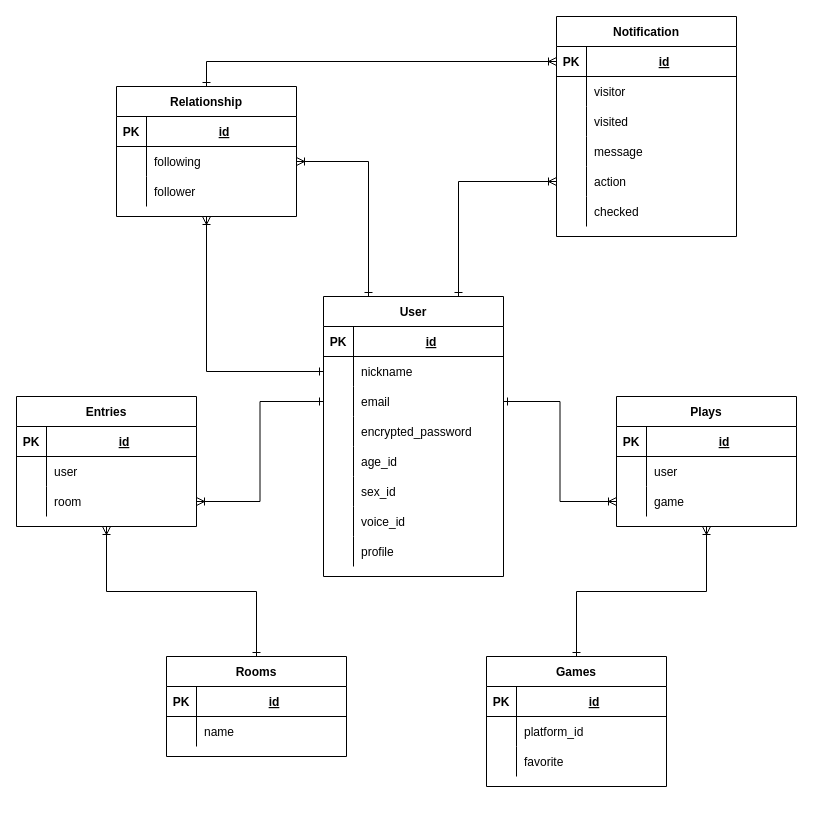
Earlier version of the draw.io diagram g_connect.dio (Yuto20/g-connect). Source tidied: cells renumbered, new cells numbered last; positions are measured from the earlier drawing's top-left corner, leaving out a move shared by most shapes. Both pictures are drawn from the tidied source at 100%, with x=0, y=0 at pixel (16, 16).
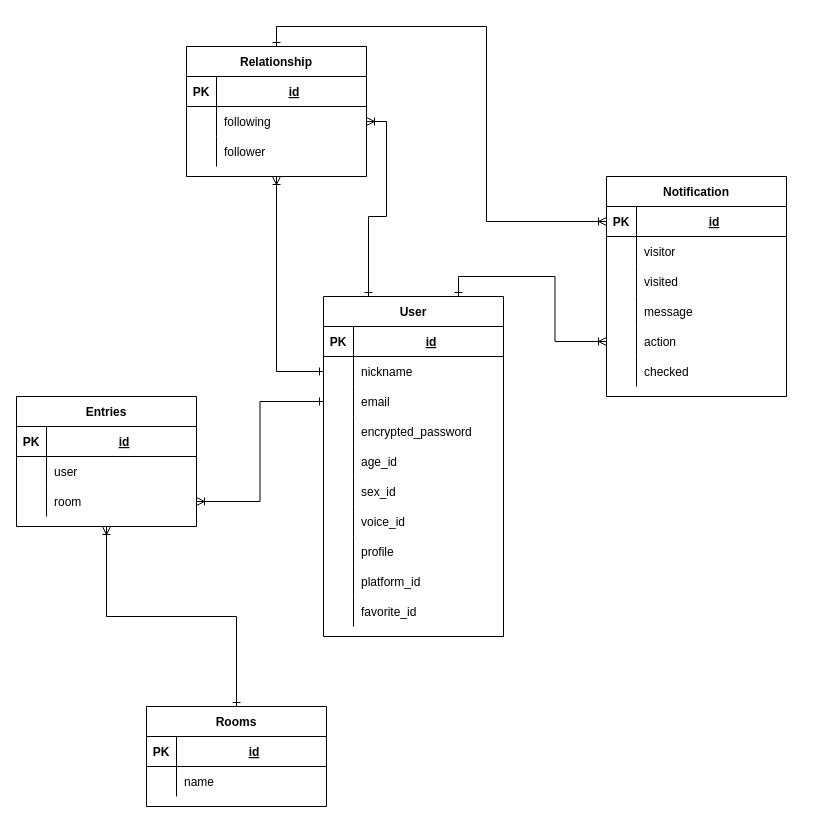
Above is the later version.

Commit message (it also covers changes not shown here):
テーブルの修正

Unchanged cells that the change refers to:
```xml
<mxCell id="11" style="shape=partialRectangle;fillColor=none;top=0;left=0;bottom=0;right=0;points=[[0,0.5],[1,0.5]];portConstraint=eastwest;" parent="4" vertex="1">
  <mxGeometry y="90" width="180" height="30" as="geometry" />
</mxCell>
```

Diff of the diagram source:
```diff
@@
     <mxCell id="4" value="User" style="shape=table;startSize=30;childLayout=tableLayout;rowLines=0;fontStyle=1;align=center;" parent="1" vertex="1">
-      <mxGeometry x="307" y="280" width="180" height="280" as="geometry" />
+      <mxGeometry x="307" y="280" width="180" height="340" as="geometry" />
     </mxCell>
@@
-    <mxCell id="29" style="edgeStyle=orthogonalEdgeStyle;rounded=0;jettySize=auto;html=1;exitX=0.5;exitY=0;exitDx=0;exitDy=0;entryX=0.5;entryY=1;entryDx=0;entryDy=0;startArrow=ERone;startFill=0;endArrow=ERoneToMany;endFill=0;" parent="1" edge="1" source="30" target="40">
-      <mxGeometry relative="1" as="geometry" />
-    </mxCell>
-    <mxCell id="30" value="Games" style="shape=table;startSize=30;childLayout=tableLayout;rowLines=0;fontStyle=1;align=center;" parent="1" vertex="1">
-      <mxGeometry x="470" y="640" width="180" height="130" as="geometry" />
-    </mxCell>
-    <mxCell id="31" style="shape=partialRectangle;fillColor=none;top=0;left=0;bottom=1;right=0;" parent="30" vertex="1">
-      <mxGeometry y="30" width="180" height="30" as="geometry" />
-    </mxCell>
-    <mxCell id="32" value="PK" style="shape=partialRectangle;fillColor=none;top=0;left=0;bottom=0;right=0;fontStyle=1;overflow=hidden;" parent="31" vertex="1">
-      <mxGeometry width="30" height="30" as="geometry" />
-    </mxCell>
-    <mxCell id="33" value="id" style="shape=partialRectangle;fillColor=none;top=0;left=0;bottom=0;right=0;align=center;spacingLeft=6;fontStyle=5;overflow=hidden;" parent="31" vertex="1">
-      <mxGeometry x="30" width="150" height="30" as="geometry" />
-    </mxCell>
-    <mxCell id="34" style="shape=partialRectangle;fillColor=none;top=0;left=0;bottom=0;right=0;" parent="30" vertex="1">
-      <mxGeometry y="60" width="180" height="30" as="geometry" />
-    </mxCell>
-    <mxCell id="35" style="shape=partialRectangle;fillColor=none;top=0;left=0;bottom=0;right=0;overflow=hidden;" parent="34" vertex="1">
-      <mxGeometry width="30" height="30" as="geometry" />
-    </mxCell>
+    <mxCell id="101" style="shape=partialRectangle;fillColor=none;top=0;left=0;bottom=0;right=0;" parent="4" vertex="1">
+      <mxGeometry y="270" width="180" height="30" as="geometry" />
+    </mxCell>
+    <mxCell id="102" style="shape=partialRectangle;fillColor=none;top=0;left=0;bottom=0;right=0;overflow=hidden;" parent="101" vertex="1">
+      <mxGeometry width="30" height="30" as="geometry" />
+    </mxCell>
-    <mxCell id="36" value="platform_id" style="shape=partialRectangle;fillColor=none;top=0;left=0;bottom=0;right=0;align=left;spacingLeft=6;overflow=hidden;" parent="34" vertex="1">
+    <mxCell id="36" value="platform_id" style="shape=partialRectangle;fillColor=none;top=0;left=0;bottom=0;right=0;align=left;spacingLeft=6;overflow=hidden;" parent="101" vertex="1">
       <mxGeometry x="30" width="150" height="30" as="geometry" />
     </mxCell>
-    <mxCell id="37" style="shape=partialRectangle;fillColor=none;top=0;left=0;bottom=0;right=0;" parent="30" vertex="1">
-      <mxGeometry y="90" width="180" height="30" as="geometry" />
-    </mxCell>
-    <mxCell id="38" style="shape=partialRectangle;fillColor=none;top=0;left=0;bottom=0;right=0;overflow=hidden;" parent="37" vertex="1">
-      <mxGeometry width="30" height="30" as="geometry" />
-    </mxCell>
-    <mxCell id="39" value="favorite" style="shape=partialRectangle;fillColor=none;top=0;left=0;bottom=0;right=0;align=left;spacingLeft=6;overflow=hidden;" parent="37" vertex="1">
-      <mxGeometry x="30" width="150" height="30" as="geometry" />
-    </mxCell>
-    <mxCell id="40" value="Plays" style="shape=table;startSize=30;childLayout=tableLayout;rowLines=0;fontStyle=1;align=center;" parent="1" vertex="1">
-      <mxGeometry x="600" y="380" width="180" height="130" as="geometry" />
-    </mxCell>
-    <mxCell id="41" style="shape=partialRectangle;fillColor=none;top=0;left=0;bottom=1;right=0;" parent="40" vertex="1">
-      <mxGeometry y="30" width="180" height="30" as="geometry" />
-    </mxCell>
-    <mxCell id="42" value="PK" style="shape=partialRectangle;fillColor=none;top=0;left=0;bottom=0;right=0;fontStyle=1;overflow=hidden;" parent="41" vertex="1">
-      <mxGeometry width="30" height="30" as="geometry" />
-    </mxCell>
-    <mxCell id="43" value="id" style="shape=partialRectangle;fillColor=none;top=0;left=0;bottom=0;right=0;align=center;spacingLeft=6;fontStyle=5;overflow=hidden;" parent="41" vertex="1">
-      <mxGeometry x="30" width="150" height="30" as="geometry" />
-    </mxCell>
-    <mxCell id="44" style="shape=partialRectangle;fillColor=none;top=0;left=0;bottom=0;right=0;" parent="40" vertex="1">
-      <mxGeometry y="60" width="180" height="30" as="geometry" />
-    </mxCell>
-    <mxCell id="45" style="shape=partialRectangle;fillColor=none;top=0;left=0;bottom=0;right=0;overflow=hidden;" parent="44" vertex="1">
-      <mxGeometry width="30" height="30" as="geometry" />
-    </mxCell>
-    <mxCell id="46" value="user" style="shape=partialRectangle;fillColor=none;top=0;left=0;bottom=0;right=0;align=left;spacingLeft=6;overflow=hidden;" parent="44" vertex="1">
-      <mxGeometry x="30" width="150" height="30" as="geometry" />
-    </mxCell>
-    <mxCell id="47" style="shape=partialRectangle;fillColor=none;top=0;left=0;bottom=0;right=0;points=[[0,0.5],[1,0.5]];portConstraint=eastwest;" parent="40" vertex="1">
-      <mxGeometry y="90" width="180" height="30" as="geometry" />
-    </mxCell>
-    <mxCell id="48" style="shape=partialRectangle;fillColor=none;top=0;left=0;bottom=0;right=0;overflow=hidden;" parent="47" vertex="1">
-      <mxGeometry width="30" height="30" as="geometry" />
-    </mxCell>
-    <mxCell id="49" value="game" style="shape=partialRectangle;fillColor=none;top=0;left=0;bottom=0;right=0;align=left;spacingLeft=6;overflow=hidden;" parent="47" vertex="1">
-      <mxGeometry x="30" width="150" height="30" as="geometry" />
-    </mxCell>
+    <mxCell id="103" style="shape=partialRectangle;fillColor=none;top=0;left=0;bottom=0;right=0;" parent="4" vertex="1">
+      <mxGeometry y="300" width="180" height="30" as="geometry" />
+    </mxCell>
+    <mxCell id="104" style="shape=partialRectangle;fillColor=none;top=0;left=0;bottom=0;right=0;overflow=hidden;" parent="103" vertex="1">
+      <mxGeometry width="30" height="30" as="geometry" />
+    </mxCell>
+    <mxCell id="105" value="favorite_id" style="shape=partialRectangle;fillColor=none;top=0;left=0;bottom=0;right=0;align=left;spacingLeft=6;overflow=hidden;" parent="103" vertex="1">
+      <mxGeometry x="30" width="150" height="30" as="geometry" />
+    </mxCell>
@@
     <mxCell id="61" value="Rooms" style="shape=table;startSize=30;childLayout=tableLayout;rowLines=0;fontStyle=1;align=center;" parent="1" vertex="1">
-      <mxGeometry x="150" y="640" width="180" height="100" as="geometry" />
+      <mxGeometry x="130" y="690" width="180" height="100" as="geometry" />
     </mxCell>
@@
     <mxCell id="68" value="Notification" style="shape=table;startSize=30;childLayout=tableLayout;rowLines=0;fontStyle=1;align=center;" parent="1" vertex="1">
-      <mxGeometry x="540" width="180" height="220" as="geometry" />
+      <mxGeometry x="590" y="160" width="180" height="220" as="geometry" />
     </mxCell>
@@
-    <mxCell id="88" style="edgeStyle=orthogonalEdgeStyle;rounded=0;jettySize=auto;html=1;exitX=1;exitY=0.5;exitDx=0;exitDy=0;entryX=0;entryY=0.5;entryDx=0;entryDy=0;startArrow=ERone;startFill=0;endArrow=ERoneToMany;endFill=0;" parent="1" edge="1" source="11" target="47">
-      <mxGeometry relative="1" as="geometry" />
-    </mxCell>
@@
     <mxCell id="90" value="Relationship" style="shape=table;startSize=30;childLayout=tableLayout;rowLines=0;fontStyle=1;align=center;" parent="1" vertex="1">
-      <mxGeometry x="100" y="70" width="180" height="130" as="geometry" />
+      <mxGeometry x="170" y="30" width="180" height="130" as="geometry" />
     </mxCell>
```
